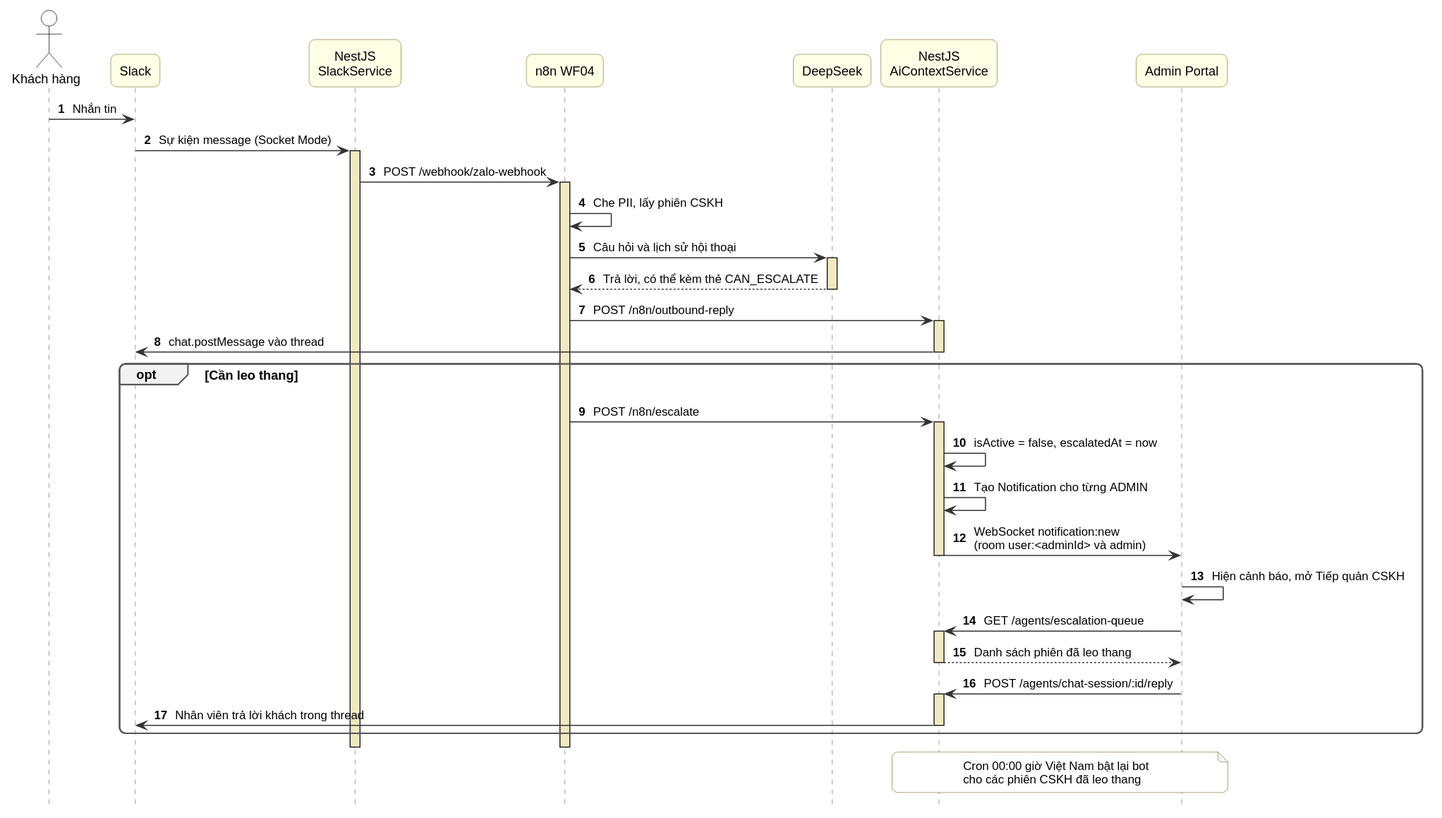
This is docs/diagrams/H4-10-cskh-escalation.svg from NguyenDang182005/khoa-luan, a PlantUML export, as it was before one commit.
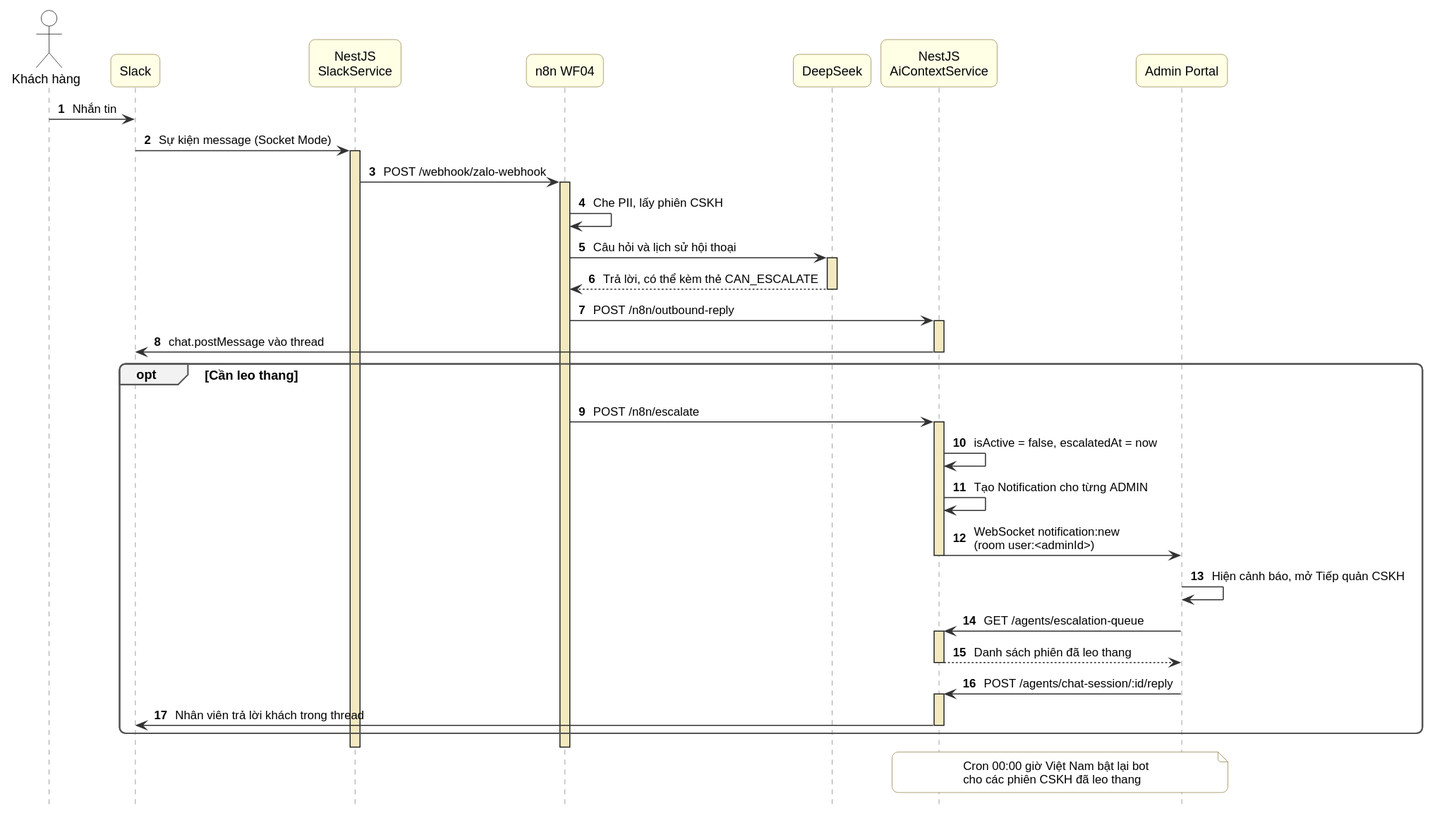
The same file after the commit.

What changed in the source:
```diff
@@ -28,7 +28,7 @@
   activate A
   A -> A : isActive = false, escalatedAt = now
   A -> A : Tạo Notification cho từng ADMIN
-  A -> P : WebSocket notification:new\n(room user:<adminId> và admin)
+  A -> P : WebSocket notification:new\n(room user:<adminId>)
   deactivate A
   P -> P : Hiện cảnh báo, mở Tiếp quản CSKH
   P -> A : GET /agents/escalation-queue
```
